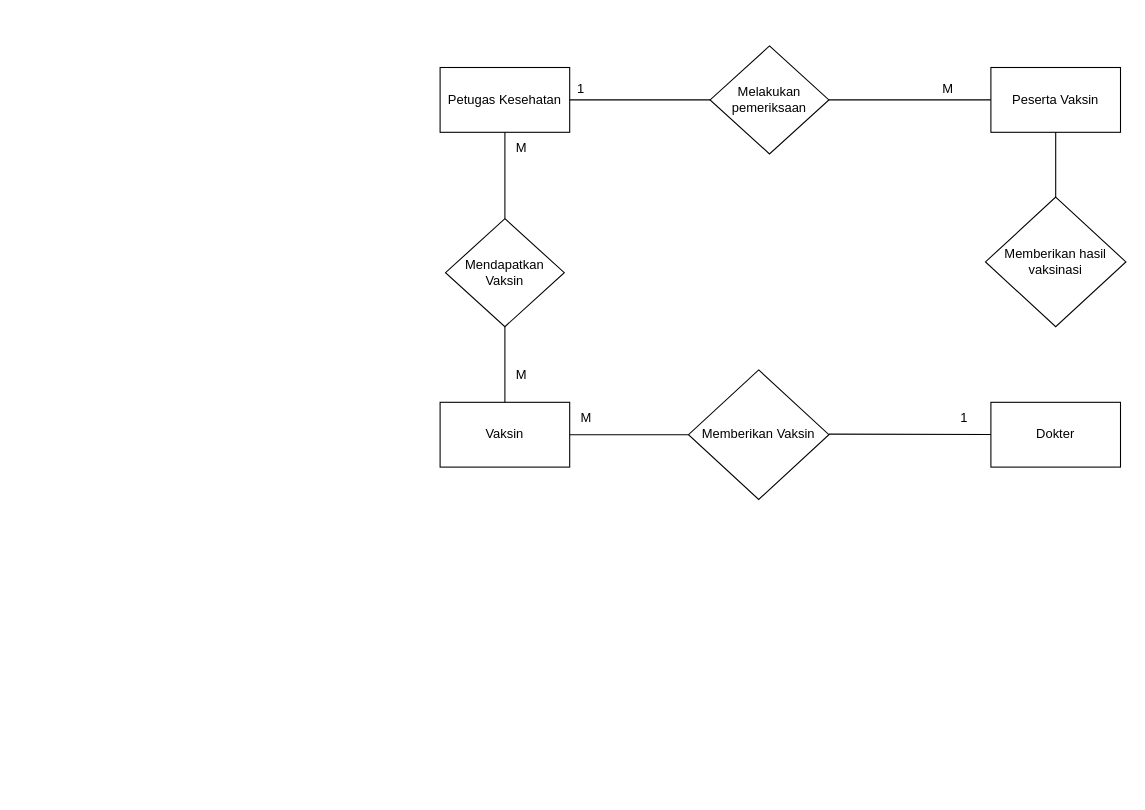
Before: ERDtugas.drawio in Malikdeensial/RekammedisRumahsehatXYZ, a draw.io diagram. Source tidied: cells renumbered, new cells numbered last; positions are measured from the earlier drawing's top-left corner, leaving out a move shared by most shapes. Both pictures are drawn from the tidied source at 108%, with x=0, y=0 at pixel (440, 45).
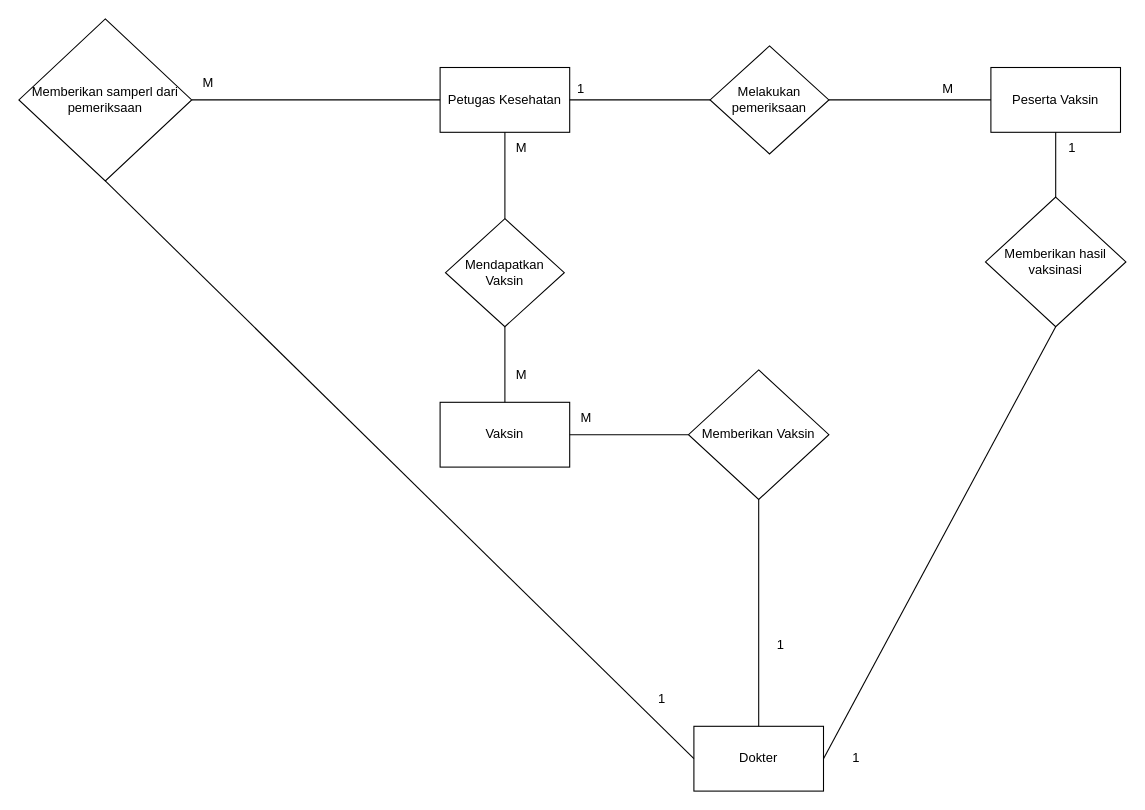
The same diagram, later.

The change refers to these unchanged cells:
```xml
<mxCell id="3" value="Petugas Kesehatan" style="rounded=0;whiteSpace=wrap;html=1;" parent="1" vertex="1">
  <mxGeometry y="20" width="120" height="60" as="geometry" />
</mxCell>
<mxCell id="16" value="Memberikan Vaksin" style="rhombus;whiteSpace=wrap;html=1;" parent="1" vertex="1">
  <mxGeometry x="230" y="300" width="130" height="120" as="geometry" />
</mxCell>
<mxCell id="21" value="Memberikan hasil vaksinasi" style="rhombus;whiteSpace=wrap;html=1;" parent="1" vertex="1">
  <mxGeometry x="505" y="140" width="130" height="120" as="geometry" />
</mxCell>
```

What changed in the source:
```diff
@@
     <mxCell id="4" value="Dokter" style="rounded=0;whiteSpace=wrap;html=1;" parent="1" vertex="1">
-      <mxGeometry x="510" y="330" width="120" height="60" as="geometry" />
+      <mxGeometry x="235" y="630" width="120" height="60" as="geometry" />
     </mxCell>
@@
-    <mxCell id="18" style="endArrow=none;html=1;rounded=0;exitX=1;exitY=0.5;exitDx=0;exitDy=0;" parent="1" edge="1" target="4">
-      <mxGeometry relative="1" as="geometry">
-        <mxPoint x="360" y="359.5" as="sourcePoint" />
-      </mxGeometry>
+    <mxCell id="18" style="endArrow=none;html=1;rounded=0;exitX=0.5;exitY=1;exitDx=0;exitDy=0;" parent="1" edge="1" source="16" target="4">
+      <mxGeometry relative="1" as="geometry" />
     </mxCell>
@@
     <mxCell id="20" value="1" style="text;html=1;align=center;verticalAlign=middle;strokeColor=none;fillColor=none;" parent="1" vertex="1">
-      <mxGeometry x="470" y="330" width="30" height="30" as="geometry" />
+      <mxGeometry x="300" y="540" width="30" height="30" as="geometry" />
     </mxCell>
@@
+    <mxCell id="23" style="endArrow=none;html=1;strokeColor=default;curved=1;entryX=0;entryY=0.5;entryDx=0;entryDy=0;exitX=1;exitY=0.5;exitDx=0;exitDy=0;" parent="1" edge="1" source="24" target="3">
+      <mxGeometry relative="1" as="geometry" />
+    </mxCell>
+    <mxCell id="24" value="Memberikan samperl dari pemeriksaan" style="rhombus;whiteSpace=wrap;html=1;" parent="1" vertex="1">
+      <mxGeometry x="-390" y="-25" width="160" height="150" as="geometry" />
+    </mxCell>
+    <mxCell id="25" style="endArrow=none;html=1;strokeColor=default;curved=1;entryX=0.5;entryY=1;entryDx=0;entryDy=0;exitX=0;exitY=0.5;exitDx=0;exitDy=0;" parent="1" edge="1" source="4" target="24">
+      <mxGeometry relative="1" as="geometry" />
+    </mxCell>
+    <mxCell id="26" style="endArrow=none;html=1;strokeColor=default;curved=1;exitX=1;exitY=0.5;exitDx=0;exitDy=0;entryX=0.5;entryY=1;entryDx=0;entryDy=0;" parent="1" edge="1" source="4" target="21">
+      <mxGeometry relative="1" as="geometry" />
+    </mxCell>
+    <mxCell id="27" value="1" style="text;html=1;align=center;verticalAlign=middle;strokeColor=none;fillColor=none;" parent="1" vertex="1">
+      <mxGeometry x="570" y="80" width="30" height="30" as="geometry" />
+    </mxCell>
+    <mxCell id="28" value="1" style="text;html=1;align=center;verticalAlign=middle;strokeColor=none;fillColor=none;" parent="1" vertex="1">
+      <mxGeometry x="370" y="645" width="30" height="30" as="geometry" />
+    </mxCell>
+    <mxCell id="29" value="1" style="text;html=1;align=center;verticalAlign=middle;strokeColor=none;fillColor=none;" parent="1" vertex="1">
+      <mxGeometry x="190" y="590" width="30" height="30" as="geometry" />
+    </mxCell>
+    <mxCell id="30" value="M" style="text;html=1;align=center;verticalAlign=middle;strokeColor=none;fillColor=none;" parent="1" vertex="1">
+      <mxGeometry x="-230" y="20" width="30" height="30" as="geometry" />
+    </mxCell>
```
